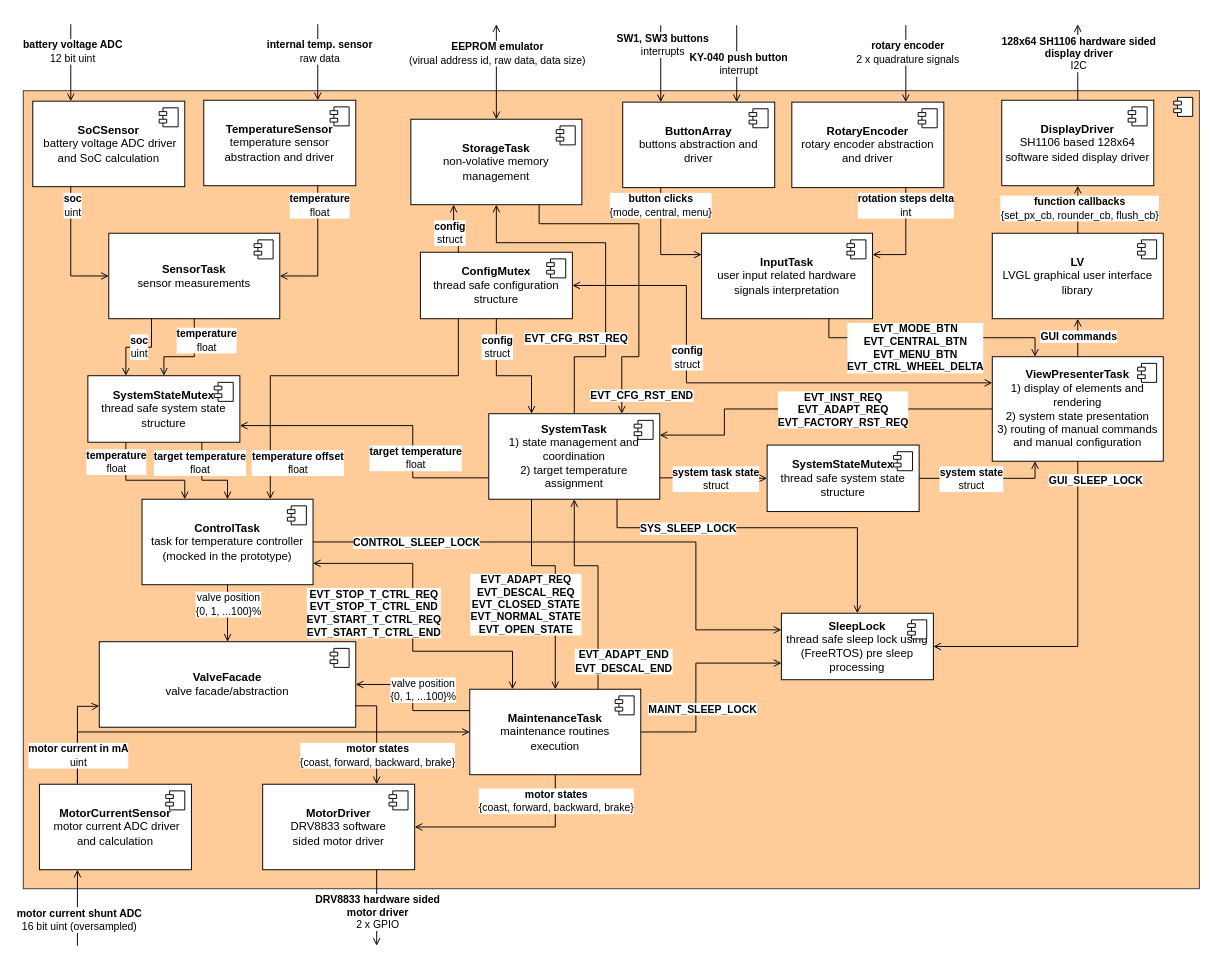
The draw.io diagram software/diagrams/mt-rt-sw-architecture.drawio in MiraTherm/miratherm-radiator-thermostat-documentation, before the edit. Source tidied: cells renumbered, new cells numbered last; positions are measured from the earlier drawing's top-left corner, leaving out a move shared by most shapes. Both pictures are drawn from the tidied source at 95%, with x=0, y=0 at pixel (23, 24).
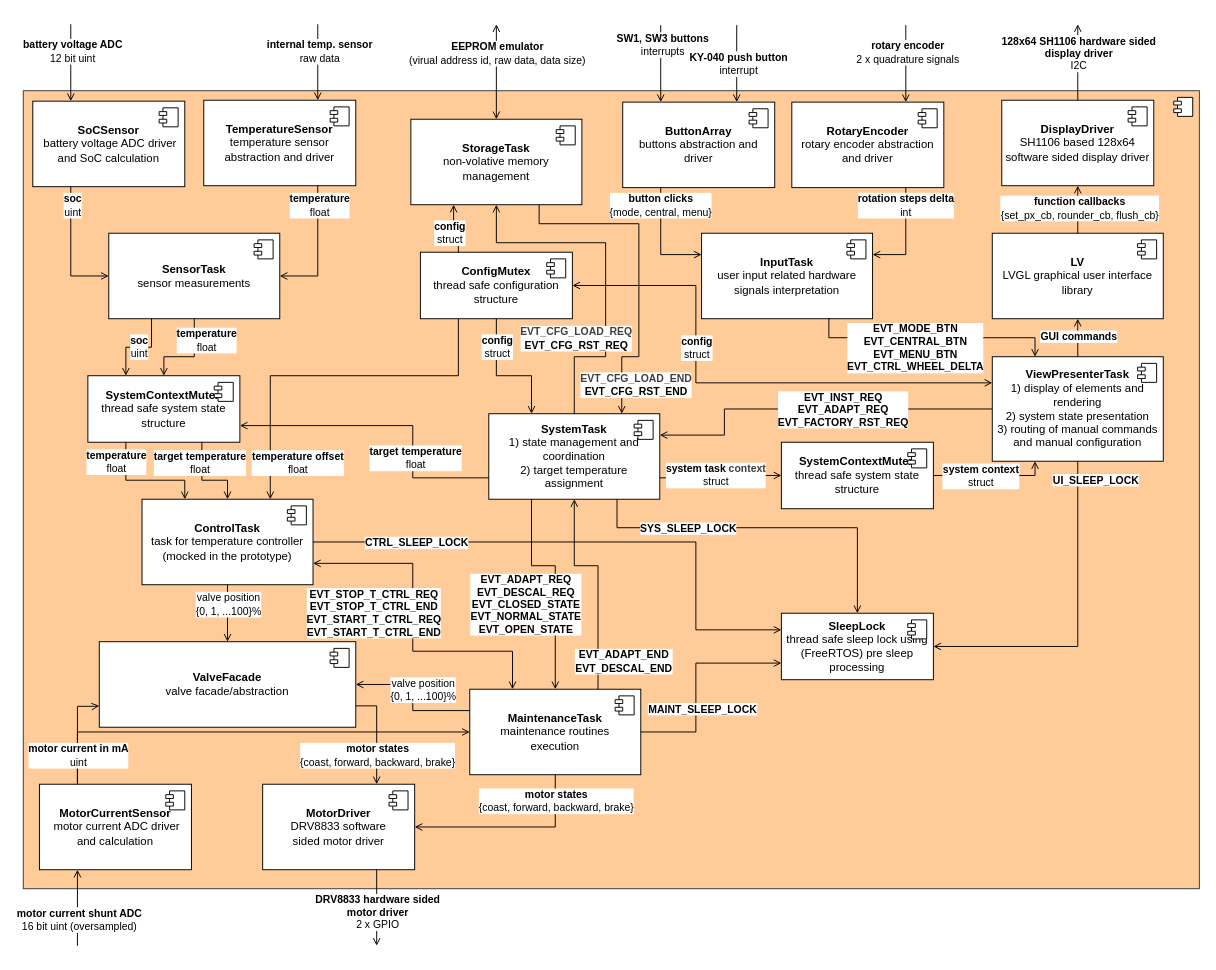
After the change.

Commit message (it also covers changes not shown here):
:memo: Add CFG_LOAD events and rename some components

Unchanged cells that the change refers to:
```xml
<mxCell id="6" value="&lt;b&gt;ViewPresenterTask&lt;/b&gt;&lt;br&gt;1) display of elements and &lt;br&gt;rendering&lt;br&gt;2) system state presentation&lt;div&gt;3) routing of manual commands and manual configuration&lt;/div&gt;" style="html=1;whiteSpace=wrap;fontColor=default;" parent="1" vertex="1">
  <mxGeometry x="1020" y="350" width="180" height="110" as="geometry" />
</mxCell>
<mxCell id="93" value="&lt;b&gt;ConfigMutex&lt;br&gt;&lt;/b&gt;thread safe configuration structure" style="html=1;whiteSpace=wrap;fontColor=default;" parent="1" vertex="1">
  <mxGeometry x="418" y="240" width="160" height="70" as="geometry" />
</mxCell>
<mxCell id="103" style="endArrow=none;html=1;rounded=0;entryX=1;entryY=0.5;entryDx=0;entryDy=0;endFill=0;exitX=0.25;exitY=1;exitDx=0;exitDy=0;edgeStyle=orthogonalEdgeStyle;startArrow=open;startFill=0;fontColor=default;" parent="1" edge="1" source="6" target="101">
  <mxGeometry relative="1" as="geometry" />
</mxCell>
<mxCell id="105" style="endArrow=open;html=1;rounded=0;entryX=0;entryY=0.5;entryDx=0;entryDy=0;endFill=0;exitX=1;exitY=0.75;exitDx=0;exitDy=0;edgeStyle=orthogonalEdgeStyle;startArrow=none;startFill=0;fontColor=default;" parent="1" edge="1" source="4" target="101">
  <mxGeometry relative="1" as="geometry" />
</mxCell>
<mxCell id="107" style="endArrow=none;html=1;rounded=0;endFill=0;edgeStyle=orthogonalEdgeStyle;exitX=0.5;exitY=1;exitDx=0;exitDy=0;startArrow=open;startFill=0;entryX=0.5;entryY=0;entryDx=0;entryDy=0;fontColor=default;" parent="1" edge="1" source="16" target="4">
  <mxGeometry relative="1" as="geometry">
    <Array as="points">
      <mxPoint x="498" y="230" />
      <mxPoint x="613" y="230" />
      <mxPoint x="613" y="350" />
      <mxPoint x="580" y="350" />
    </Array>
  </mxGeometry>
</mxCell>
<mxCell id="109" style="endArrow=open;html=1;rounded=0;endFill=0;edgeStyle=orthogonalEdgeStyle;exitX=0.75;exitY=1;exitDx=0;exitDy=0;startArrow=none;startFill=0;entryX=0.5;entryY=0;entryDx=0;entryDy=0;fontColor=default;" parent="1" edge="1" source="16">
  <mxGeometry relative="1" as="geometry">
    <mxPoint x="630" y="410" as="targetPoint" />
    <Array as="points">
      <mxPoint x="543" y="210" />
      <mxPoint x="648" y="210" />
      <mxPoint x="648" y="350" />
      <mxPoint x="630" y="350" />
    </Array>
  </mxGeometry>
</mxCell>
<mxCell id="111" style="endArrow=none;html=1;rounded=0;endFill=0;exitX=0;exitY=0.25;exitDx=0;exitDy=0;edgeStyle=orthogonalEdgeStyle;entryX=1;entryY=0.5;entryDx=0;entryDy=0;startArrow=open;startFill=0;fontColor=default;" parent="1" edge="1" source="18" target="8">
  <mxGeometry relative="1" as="geometry">
    <Array as="points">
      <mxPoint x="708" y="638" />
      <mxPoint x="708" y="545" />
    </Array>
  </mxGeometry>
</mxCell>
<mxCell id="115" style="endArrow=none;html=1;rounded=0;endFill=0;exitX=1;exitY=0.5;exitDx=0;exitDy=0;edgeStyle=orthogonalEdgeStyle;entryX=0.5;entryY=1;entryDx=0;entryDy=0;startArrow=open;startFill=0;fontColor=default;" parent="1" edge="1" source="18" target="6">
  <mxGeometry relative="1" as="geometry">
    <Array as="points">
      <mxPoint x="1110" y="655" />
    </Array>
  </mxGeometry>
</mxCell>
```

Diff of the diagram source:
```diff
@@
     <mxCell id="95" style="endArrow=open;html=1;rounded=0;endFill=0;exitX=0;exitY=0.25;exitDx=0;exitDy=0;startArrow=open;startFill=0;entryX=1;entryY=0.5;entryDx=0;entryDy=0;edgeStyle=orthogonalEdgeStyle;fontColor=default;" parent="1" edge="1" source="6" target="93">
       <mxGeometry relative="1" as="geometry">
         <Array as="points">
-          <mxPoint x="698" y="377" />
-          <mxPoint x="698" y="275" />
+          <mxPoint x="708" y="378" />
+          <mxPoint x="708" y="275" />
         </Array>
       </mxGeometry>
     </mxCell>
     <mxCell id="96" value="&lt;b&gt;config&lt;/b&gt;&lt;br&gt;&lt;div&gt;struct&lt;/div&gt;" style="edgeLabel;html=1;align=center;verticalAlign=middle;fontColor=default;" parent="95" vertex="1">
       <mxGeometry x="-0.72" y="-1" relative="1" as="geometry">
-        <mxPoint x="-246" y="-26" as="offset" />
+        <mxPoint x="-236" y="-36" as="offset" />
       </mxGeometry>
     </mxCell>
@@
-    <mxCell id="101" value="&lt;b&gt;SystemStateMutex&lt;br&gt;&lt;/b&gt;thread safe system state structure" style="html=1;whiteSpace=wrap;fontColor=default;" parent="1" vertex="1">
-      <mxGeometry x="783" y="443" width="160" height="70" as="geometry" />
+    <mxCell id="101" value="&lt;b&gt;SystemContextMutex&lt;br&gt;&lt;/b&gt;thread safe system state structure" style="html=1;whiteSpace=wrap;fontColor=default;" parent="1" vertex="1">
+      <mxGeometry x="798" y="440" width="160" height="70" as="geometry" />
     </mxCell>
@@
-    <mxCell id="104" value="&lt;b&gt;system state&lt;/b&gt;&lt;br&gt;&lt;div&gt;struct&lt;/div&gt;" style="edgeLabel;html=1;align=center;verticalAlign=middle;fontColor=default;" parent="103" vertex="1">
+    <mxCell id="104" value="&lt;b&gt;system context&lt;/b&gt;&lt;br&gt;&lt;div&gt;struct&lt;/div&gt;" style="edgeLabel;html=1;align=center;verticalAlign=middle;fontColor=default;" parent="103" vertex="1">
       <mxGeometry x="-0.72" y="-1" relative="1" as="geometry">
-        <mxPoint x="-66" y="1" as="offset" />
+        <mxPoint x="-56" y="1" as="offset" />
       </mxGeometry>
     </mxCell>
@@
-    <mxCell id="106" value="&lt;b&gt;system task state&lt;/b&gt;&lt;br&gt;&lt;div&gt;struct&lt;/div&gt;" style="edgeLabel;html=1;align=center;verticalAlign=middle;fontColor=default;" parent="105" vertex="1">
+    <mxCell id="106" value="&lt;b&gt;system task&amp;nbsp;&lt;/b&gt;&lt;b style=&quot;color: rgb(63, 63, 63); scrollbar-color: rgb(226, 226, 226) rgb(251, 251, 251);&quot;&gt;context&lt;/b&gt;&lt;br&gt;&lt;div&gt;struct&lt;/div&gt;" style="edgeLabel;html=1;align=center;verticalAlign=middle;fontColor=default;" parent="105" vertex="1">
       <mxGeometry x="-0.72" y="-1" relative="1" as="geometry">
-        <mxPoint x="42" as="offset" />
+        <mxPoint x="40" y="-4" as="offset" />
       </mxGeometry>
     </mxCell>
@@
-    <mxCell id="108" value="&lt;b&gt;EVT_CFG_RST_REQ&lt;/b&gt;" style="edgeLabel;html=1;align=center;verticalAlign=middle;fontColor=default;" parent="107" vertex="1">
+    <mxCell id="108" value="&lt;b style=&quot;color: rgb(63, 63, 63); scrollbar-color: rgb(226, 226, 226) rgb(251, 251, 251);&quot;&gt;EVT_CFG_LOAD_REQ&lt;/b&gt;&lt;b&gt;&lt;br&gt;EVT_CFG_RST_REQ&lt;/b&gt;" style="edgeLabel;html=1;align=center;verticalAlign=middle;fontColor=default;" parent="107" vertex="1">
       <mxGeometry x="-0.72" y="-1" relative="1" as="geometry">
         <mxPoint x="71" y="99" as="offset" />
       </mxGeometry>
     </mxCell>
@@
-    <mxCell id="110" value="&lt;b&gt;EVT_CFG_RST_END&lt;/b&gt;" style="edgeLabel;html=1;align=center;verticalAlign=middle;fontColor=default;" parent="109" vertex="1">
+    <mxCell id="110" value="&lt;b style=&quot;color: rgb(63, 63, 63); scrollbar-color: rgb(226, 226, 226) rgb(251, 251, 251);&quot;&gt;EVT_CFG_LOAD_END&lt;/b&gt;&lt;b&gt;&lt;br&gt;EVT_CFG_RST_END&lt;/b&gt;" style="edgeLabel;html=1;align=center;verticalAlign=middle;fontColor=default;" parent="109" vertex="1">
       <mxGeometry x="-0.72" y="-1" relative="1" as="geometry">
-        <mxPoint x="79" y="179" as="offset" />
+        <mxPoint x="73" y="168" as="offset" />
       </mxGeometry>
     </mxCell>
@@
-    <mxCell id="112" value="&lt;b&gt;CONTROL_SLEEP_LOCK&lt;/b&gt;" style="edgeLabel;html=1;align=center;verticalAlign=middle;fontColor=default;" parent="111" vertex="1">
+    <mxCell id="112" value="&lt;b&gt;CTRL_SLEEP_LOCK&lt;/b&gt;" style="edgeLabel;html=1;align=center;verticalAlign=middle;fontColor=default;" parent="111" vertex="1">
       <mxGeometry x="0.04" y="1" relative="1" as="geometry">
         <mxPoint x="-173" y="-1" as="offset" />
       </mxGeometry>
     </mxCell>
@@
-    <mxCell id="116" value="&lt;b&gt;GUI_SLEEP_LOCK&lt;/b&gt;" style="edgeLabel;html=1;align=center;verticalAlign=middle;fontColor=default;" parent="115" vertex="1">
+    <mxCell id="116" value="&lt;b&gt;UI_SLEEP_LOCK&lt;/b&gt;" style="edgeLabel;html=1;align=center;verticalAlign=middle;fontColor=default;" parent="115" vertex="1">
       <mxGeometry x="0.04" y="1" relative="1" as="geometry">
         <mxPoint x="19" y="-148" as="offset" />
       </mxGeometry>
     </mxCell>
@@
-    <mxCell id="119" value="&lt;b&gt;SystemStateMutex&lt;br&gt;&lt;/b&gt;thread safe system state structure" style="html=1;whiteSpace=wrap;fontColor=default;" parent="1" vertex="1">
+    <mxCell id="119" value="&lt;b&gt;SystemContextMutex&lt;br&gt;&lt;/b&gt;thread safe system state structure" style="html=1;whiteSpace=wrap;fontColor=default;" parent="1" vertex="1">
       <mxGeometry x="68" y="370" width="160" height="70" as="geometry" />
     </mxCell>
```
